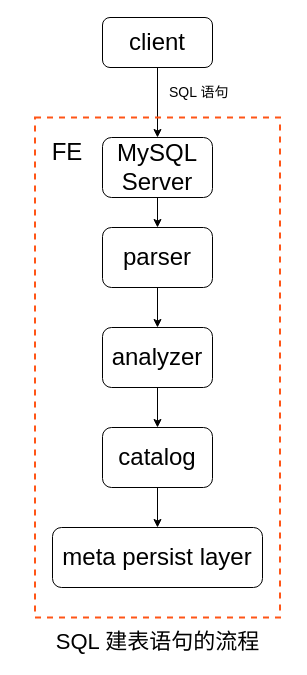
zhangm365/draw_pics keeps this draw.io diagram as db/doris/sql-ddl.drawio. Above is the earlier version. Source tidied: cells renumbered, new cells numbered last; positions are measured from the earlier drawing's top-left corner, leaving out a move shared by most shapes. Both pictures are drawn from the tidied source at 100%, with x=0, y=0 at pixel (17, 17).
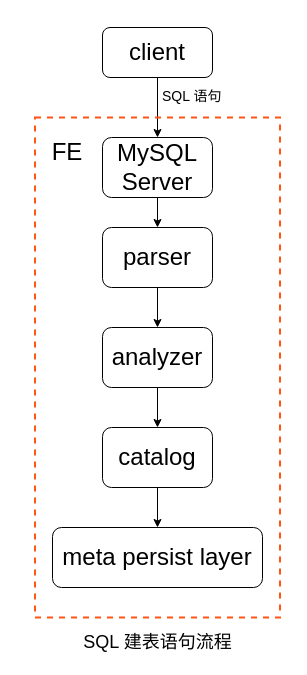
The same page after the edit.

The edit, as a diff of the source:
```diff
@@
 <mxGraphModel>
   <root>
     <mxCell id="0" />
     <mxCell id="1" parent="0" />
     <mxCell id="2" style="edgeStyle=orthogonalEdgeStyle;rounded=0;jettySize=auto;html=1;" parent="1" edge="1" source="3" target="15">
       <mxGeometry relative="1" as="geometry" />
     </mxCell>
     <mxCell id="3" value="&lt;font style=&quot;font-size: 24px;&quot;&gt;client&lt;/font&gt;" style="rounded=1;whiteSpace=wrap;html=1;fillColor=none;fontFamily=阿里巴巴普惠体;direction=east;" parent="1" vertex="1">
-      <mxGeometry x="85" width="110" height="50" as="geometry" />
+      <mxGeometry x="85" y="10" width="110" height="50" as="geometry" />
     </mxCell>
     <mxCell id="4" style="rounded=0;whiteSpace=wrap;html=1;fillColor=none;dashed=1;strokeWidth=2;strokeColor=#FF5517;direction=east;" parent="1" vertex="1">
       <mxGeometry x="17.5" y="100" width="245" height="500" as="geometry" />
     </mxCell>
     <mxCell id="5" style="edgeStyle=orthogonalEdgeStyle;rounded=0;jettySize=auto;html=1;" parent="1" edge="1" source="6" target="8">
       <mxGeometry relative="1" as="geometry" />
     </mxCell>
     <mxCell id="6" value="&lt;font style=&quot;font-size: 24px;&quot; face=&quot;阿里巴巴普惠体&quot;&gt;parser&lt;/font&gt;" style="rounded=1;whiteSpace=wrap;html=1;fontColor=default;fillColor=none;direction=east;" parent="1" vertex="1">
       <mxGeometry x="85" y="210" width="110" height="60" as="geometry" />
     </mxCell>
     <mxCell id="7" style="edgeStyle=orthogonalEdgeStyle;rounded=0;jettySize=auto;html=1;" parent="1" edge="1" source="8" target="10">
       <mxGeometry relative="1" as="geometry" />
     </mxCell>
     <mxCell id="8" value="&lt;font style=&quot;font-size: 24px;&quot; face=&quot;阿里巴巴普惠体&quot;&gt;analyzer&lt;/font&gt;" style="rounded=1;whiteSpace=wrap;html=1;fontColor=default;fillColor=none;direction=east;" parent="1" vertex="1">
       <mxGeometry x="85" y="310" width="110" height="60" as="geometry" />
     </mxCell>
     <mxCell id="9" style="edgeStyle=orthogonalEdgeStyle;rounded=0;jettySize=auto;html=1;" parent="1" edge="1" source="10" target="12">
       <mxGeometry relative="1" as="geometry" />
     </mxCell>
     <mxCell id="10" value="&lt;font style=&quot;font-size: 24px;&quot; face=&quot;阿里巴巴普惠体&quot;&gt;catalog&lt;/font&gt;" style="rounded=1;whiteSpace=wrap;html=1;fontColor=default;fillColor=none;strokeColor=default;align=center;verticalAlign=middle;fontFamily=Helvetica;fontSize=12;direction=east;" parent="1" vertex="1">
       <mxGeometry x="85" y="410" width="110" height="60" as="geometry" />
     </mxCell>
     <mxCell id="11" value="SQL 语句" style="text;html=1;align=left;verticalAlign=middle;whiteSpace=wrap;rounded=0;fontFamily=阿里巴巴普惠体;fontSize=14;direction=east;" parent="1" vertex="1">
-      <mxGeometry x="150" y="60" width="70" height="30" as="geometry" />
+      <mxGeometry x="143" y="64" width="70" height="30" as="geometry" />
     </mxCell>
     <mxCell id="12" value="&lt;font face=&quot;阿里巴巴普惠体&quot;&gt;&lt;span style=&quot;font-size: 24px;&quot;&gt;meta persist layer&lt;/span&gt;&lt;/font&gt;" style="rounded=1;whiteSpace=wrap;html=1;fontColor=default;fillColor=none;strokeColor=default;align=center;verticalAlign=middle;fontFamily=Helvetica;fontSize=12;direction=east;" parent="1" vertex="1">
       <mxGeometry x="35" y="510" width="210" height="60" as="geometry" />
     </mxCell>
     <mxCell id="13" value="&lt;font style=&quot;font-size: 24px;&quot; face=&quot;阿里巴巴普惠体&quot;&gt;FE&lt;/font&gt;" style="text;html=1;align=center;verticalAlign=middle;whiteSpace=wrap;rounded=0;direction=east;" parent="1" vertex="1">
       <mxGeometry y="120" width="100" height="30" as="geometry" />
     </mxCell>
     <mxCell id="14" style="edgeStyle=orthogonalEdgeStyle;rounded=0;jettySize=auto;html=1;" parent="1" edge="1" source="15" target="6">
       <mxGeometry relative="1" as="geometry" />
     </mxCell>
     <mxCell id="15" value="&lt;font face=&quot;阿里巴巴普惠体&quot;&gt;&lt;span style=&quot;font-size: 24px;&quot;&gt;MySQL Server&lt;/span&gt;&lt;/font&gt;" style="rounded=1;whiteSpace=wrap;html=1;fontColor=default;fillColor=none;direction=east;" parent="1" vertex="1">
       <mxGeometry x="85" y="120" width="110" height="60" as="geometry" />
     </mxCell>
     <mxCell id="16" style="edgeStyle=orthogonalEdgeStyle;rounded=0;orthogonalLoop=1;jettySize=auto;html=1;exitX=0.5;exitY=1;exitDx=0;exitDy=0;" parent="1" edge="1" source="4" target="4">
       <mxGeometry relative="1" as="geometry" />
     </mxCell>
-    <mxCell id="17" value="&lt;span style=&quot;font-size: 22px;&quot;&gt;SQL 建表语句的流程&lt;/span&gt;" style="text;html=1;align=center;verticalAlign=middle;whiteSpace=wrap;rounded=0;" parent="1" vertex="1">
+    <mxCell id="17" value="&lt;font style=&quot;font-size: 18px;&quot;&gt;SQL 建表语句流程&lt;/font&gt;" style="text;html=1;align=center;verticalAlign=middle;whiteSpace=wrap;rounded=0;fontSize=11;" parent="1" vertex="1">
       <mxGeometry x="7.5" y="610" width="265" height="30" as="geometry" />
     </mxCell>
   </root>
 </mxGraphModel>
```
